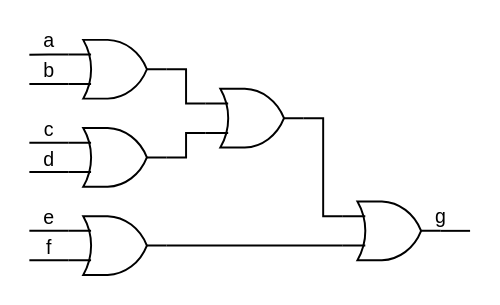
The draw.io diagram .pic/Introduction/How FPGA works/fig_09.drawio.svg in MPSU/APS, before a commit. Source tidied: cells renumbered, new cells last; positions are measured from the earlier drawing's top-left corner, leaving out a move shared by most shapes.
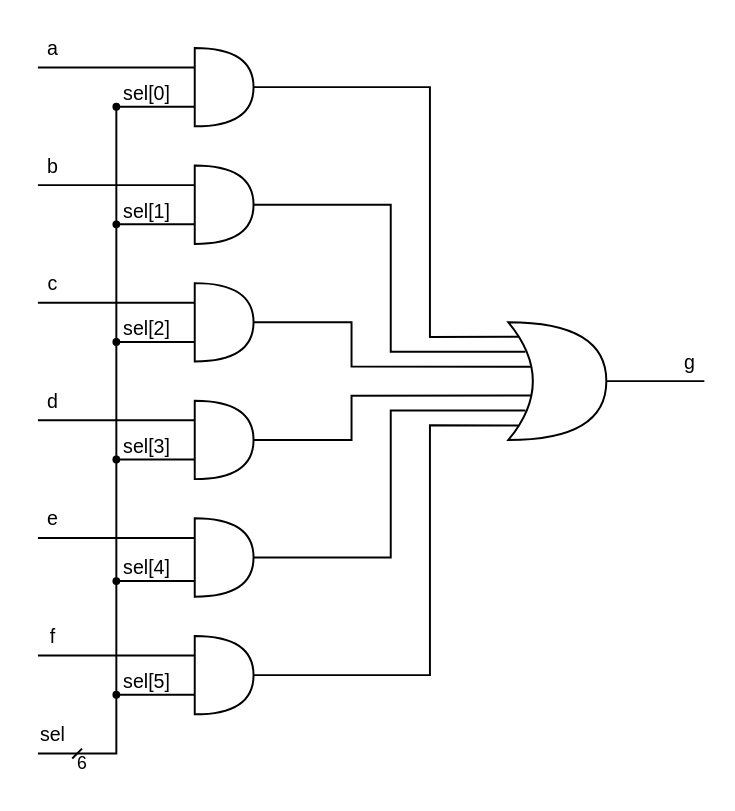
After the commit.

The edit, as a diff of the source:
```diff
@@ -2,68 +2,217 @@
   <root>
     <mxCell id="0" />
     <mxCell id="1" parent="0" />
-    <mxCell id="2" style="edgeStyle=orthogonalEdgeStyle;rounded=0;jettySize=auto;html=1;exitX=1;exitY=0.5;exitDx=0;exitDy=0;exitPerimeter=0;entryX=0;entryY=0.25;entryDx=0;entryDy=0;entryPerimeter=0;labelBackgroundColor=none;endArrow=none;endFill=0;strokeColor=#000000;strokeWidth=2;fontSize=20;fontColor=#000000;" parent="1" edge="1" source="5" target="15">
-      <mxGeometry relative="1" as="geometry" />
+    <mxCell id="2" style="shape=or;whiteSpace=wrap;html=1;fillColor=none;strokeColor=#000000;fontColor=#000000;strokeWidth=2;" parent="1" vertex="1">
+      <mxGeometry x="40" y="-360" width="60" height="80" as="geometry" />
     </mxCell>
-    <mxCell id="3" value="a" style="edgeStyle=orthogonalEdgeStyle;rounded=0;jettySize=auto;html=1;exitX=0;exitY=0.25;exitDx=0;exitDy=0;exitPerimeter=0;labelBackgroundColor=none;endArrow=none;endFill=0;strokeColor=#000000;fontColor=#000000;strokeWidth=2;fontSize=20;" parent="1" edge="1" source="5">
-      <mxGeometry x="-0.02" y="-15" relative="1" as="geometry">
-        <mxPoint y="15.3" as="targetPoint" />
-        <mxPoint x="15" y="-15" as="offset" />
-      </mxGeometry>
+    <mxCell id="3" style="shape=or;whiteSpace=wrap;html=1;fillColor=none;strokeColor=#000000;fontColor=#000000;strokeWidth=2;" parent="1" vertex="1">
+      <mxGeometry x="40" y="-240" width="60" height="80" as="geometry" />
     </mxCell>
-    <mxCell id="4" value="b" style="edgeStyle=orthogonalEdgeStyle;rounded=0;jettySize=auto;html=1;exitX=0;exitY=0.75;exitDx=0;exitDy=0;exitPerimeter=0;labelBackgroundColor=none;endArrow=none;endFill=0;strokeColor=#000000;fontColor=#000000;strokeWidth=2;fontSize=20;" parent="1" edge="1" source="5">
-      <mxGeometry y="-15" relative="1" as="geometry">
-        <mxPoint y="45" as="targetPoint" />
-      </mxGeometry>
+    <mxCell id="4" style="shape=or;whiteSpace=wrap;html=1;fillColor=none;strokeColor=#000000;fontColor=#000000;strokeWidth=2;" parent="1" vertex="1">
+      <mxGeometry x="40" y="-120" width="60" height="80" as="geometry" />
     </mxCell>
-    <mxCell id="5" style="verticalLabelPosition=bottom;shadow=0;dashed=0;align=center;html=1;verticalAlign=top;shape=mxgraph.electrical.logic_gates.logic_gate;operation=or;labelBackgroundColor=none;strokeColor=#000000;fillColor=none;strokeWidth=2;fontSize=20;fontColor=#000000;" parent="1" vertex="1">
-      <mxGeometry x="40" width="100" height="60" as="geometry" />
+    <mxCell id="5" style="shape=or;whiteSpace=wrap;html=1;fillColor=none;strokeColor=#000000;fontColor=#000000;strokeWidth=2;" parent="1" vertex="1">
+      <mxGeometry x="40" width="60" height="80" as="geometry" />
     </mxCell>
-    <mxCell id="6" style="edgeStyle=orthogonalEdgeStyle;rounded=0;jettySize=auto;html=1;exitX=1;exitY=0.5;exitDx=0;exitDy=0;exitPerimeter=0;entryX=0;entryY=0.75;entryDx=0;entryDy=0;entryPerimeter=0;labelBackgroundColor=none;endArrow=none;endFill=0;strokeColor=#000000;strokeWidth=2;fontSize=20;fontColor=#000000;" parent="1" edge="1" source="9" target="15">
-      <mxGeometry relative="1" as="geometry" />
+    <mxCell id="6" style="shape=or;whiteSpace=wrap;html=1;fillColor=none;strokeColor=#000000;fontColor=#000000;strokeWidth=2;" parent="1" vertex="1">
+      <mxGeometry x="40" y="120" width="60" height="80" as="geometry" />
     </mxCell>
-    <mxCell id="7" value="c" style="edgeStyle=orthogonalEdgeStyle;rounded=0;jettySize=auto;html=1;exitX=0;exitY=0.25;exitDx=0;exitDy=0;exitPerimeter=0;labelBackgroundColor=none;endArrow=none;endFill=0;strokeColor=#000000;fontColor=#000000;strokeWidth=2;fontSize=20;" parent="1" edge="1" source="9">
-      <mxGeometry y="-15" relative="1" as="geometry">
-        <mxPoint y="105" as="targetPoint" />
-      </mxGeometry>
+    <mxCell id="7" style="shape=or;whiteSpace=wrap;html=1;fillColor=none;strokeColor=#000000;fontColor=#000000;strokeWidth=2;" parent="1" vertex="1">
+      <mxGeometry x="40" y="240" width="60" height="80" as="geometry" />
     </mxCell>
-    <mxCell id="8" value="d" style="edgeStyle=orthogonalEdgeStyle;rounded=0;jettySize=auto;html=1;exitX=0;exitY=0.75;exitDx=0;exitDy=0;exitPerimeter=0;labelBackgroundColor=none;endArrow=none;endFill=0;strokeColor=#000000;fontColor=#000000;strokeWidth=2;fontSize=20;" parent="1" edge="1" source="9">
-      <mxGeometry y="-15" relative="1" as="geometry">
-        <mxPoint y="135" as="targetPoint" />
+    <mxCell id="8" style="endArrow=none;html=1;rounded=0;strokeColor=#000000;fontColor=#000000;strokeWidth=2;" parent="1" edge="1">
+      <mxGeometry relative="1" as="geometry">
+        <mxPoint x="-120" y="-340" as="sourcePoint" />
+        <mxPoint x="40" y="-340" as="targetPoint" />
       </mxGeometry>
     </mxCell>
-    <mxCell id="9" style="verticalLabelPosition=bottom;shadow=0;dashed=0;align=center;html=1;verticalAlign=top;shape=mxgraph.electrical.logic_gates.logic_gate;operation=or;labelBackgroundColor=none;strokeColor=#000000;fillColor=none;strokeWidth=2;fontSize=20;fontColor=#000000;" parent="1" vertex="1">
-      <mxGeometry x="40" y="90" width="100" height="60" as="geometry" />
+    <mxCell id="9" style="endArrow=none;html=1;rounded=0;strokeColor=#000000;fontColor=#000000;strokeWidth=2;" parent="1" edge="1">
+      <mxGeometry relative="1" as="geometry">
+        <mxPoint x="-120" y="-220" as="sourcePoint" />
+        <mxPoint x="40" y="-220" as="targetPoint" />
+      </mxGeometry>
     </mxCell>
-    <mxCell id="10" style="edgeStyle=orthogonalEdgeStyle;rounded=0;jettySize=auto;html=1;exitX=1;exitY=0.5;exitDx=0;exitDy=0;exitPerimeter=0;entryX=0;entryY=0.75;entryDx=0;entryDy=0;entryPerimeter=0;labelBackgroundColor=none;endArrow=none;endFill=0;strokeColor=#000000;strokeWidth=2;fontSize=20;fontColor=#000000;" parent="1" edge="1" source="13" target="17">
-      <mxGeometry relative="1" as="geometry" />
+    <mxCell id="10" style="endArrow=none;html=1;rounded=0;strokeColor=#000000;fontColor=#000000;strokeWidth=2;" parent="1" edge="1">
+      <mxGeometry relative="1" as="geometry">
+        <mxPoint x="-120" y="-100" as="sourcePoint" />
+        <mxPoint x="40" y="-100" as="targetPoint" />
+      </mxGeometry>
     </mxCell>
-    <mxCell id="11" value="e" style="edgeStyle=orthogonalEdgeStyle;rounded=0;jettySize=auto;html=1;exitX=0;exitY=0.25;exitDx=0;exitDy=0;exitPerimeter=0;labelBackgroundColor=none;endArrow=none;endFill=0;strokeColor=#000000;fontColor=#000000;strokeWidth=2;fontSize=20;" parent="1" edge="1" source="13">
-      <mxGeometry y="-15" relative="1" as="geometry">
-        <mxPoint y="195" as="targetPoint" />
+    <mxCell id="11" style="endArrow=none;html=1;rounded=0;strokeColor=#000000;fontColor=#000000;strokeWidth=2;" parent="1" edge="1">
+      <mxGeometry relative="1" as="geometry">
+        <mxPoint x="-120" y="20" as="sourcePoint" />
+        <mxPoint x="40" y="20" as="targetPoint" />
       </mxGeometry>
     </mxCell>
-    <mxCell id="12" value="f" style="edgeStyle=orthogonalEdgeStyle;rounded=0;jettySize=auto;html=1;exitX=0;exitY=0.75;exitDx=0;exitDy=0;exitPerimeter=0;labelBackgroundColor=none;endArrow=none;endFill=0;strokeColor=#000000;fontColor=#000000;strokeWidth=2;fontSize=20;" parent="1" edge="1" source="13">
-      <mxGeometry y="-15" relative="1" as="geometry">
-        <mxPoint y="225" as="targetPoint" />
+    <mxCell id="12" style="endArrow=none;html=1;rounded=0;strokeColor=#000000;fontColor=#000000;strokeWidth=2;" parent="1" edge="1">
+      <mxGeometry relative="1" as="geometry">
+        <mxPoint x="-120" y="140" as="sourcePoint" />
+        <mxPoint x="40" y="140" as="targetPoint" />
       </mxGeometry>
     </mxCell>
-    <mxCell id="13" style="verticalLabelPosition=bottom;shadow=0;dashed=0;align=center;html=1;verticalAlign=top;shape=mxgraph.electrical.logic_gates.logic_gate;operation=or;labelBackgroundColor=none;strokeColor=#000000;fillColor=none;strokeWidth=2;fontSize=20;fontColor=#000000;" parent="1" vertex="1">
-      <mxGeometry x="40" y="180" width="100" height="60" as="geometry" />
+    <mxCell id="13" style="endArrow=none;html=1;rounded=0;strokeColor=#000000;fontColor=#000000;strokeWidth=2;" parent="1" edge="1">
+      <mxGeometry relative="1" as="geometry">
+        <mxPoint x="-120" y="260" as="sourcePoint" />
+        <mxPoint x="40" y="260" as="targetPoint" />
+      </mxGeometry>
     </mxCell>
-    <mxCell id="14" style="edgeStyle=orthogonalEdgeStyle;rounded=0;jettySize=auto;html=1;exitX=1;exitY=0.5;exitDx=0;exitDy=0;exitPerimeter=0;entryX=0;entryY=0.25;entryDx=0;entryDy=0;entryPerimeter=0;labelBackgroundColor=none;endArrow=none;endFill=0;strokeColor=#000000;strokeWidth=2;fontSize=20;fontColor=#000000;" parent="1" edge="1" source="15" target="17">
-      <mxGeometry relative="1" as="geometry" />
+    <mxCell id="14" style="endArrow=none;html=1;rounded=0;startArrow=oval;startFill=1;strokeColor=#000000;fontColor=#000000;strokeWidth=2;" parent="1" edge="1">
+      <mxGeometry relative="1" as="geometry">
+        <mxPoint x="-40" y="300" as="sourcePoint" />
+        <mxPoint x="40" y="300" as="targetPoint" />
+      </mxGeometry>
     </mxCell>
-    <mxCell id="15" style="verticalLabelPosition=bottom;shadow=0;dashed=0;align=center;html=1;verticalAlign=top;shape=mxgraph.electrical.logic_gates.logic_gate;operation=or;labelBackgroundColor=none;fillColor=none;strokeColor=#000000;strokeWidth=2;fontSize=20;fontColor=#000000;" parent="1" vertex="1">
-      <mxGeometry x="180" y="50" width="100" height="60" as="geometry" />
+    <mxCell id="15" style="endArrow=none;html=1;rounded=0;strokeColor=#000000;fontColor=#000000;strokeWidth=2;" parent="1" edge="1">
+      <mxGeometry relative="1" as="geometry">
+        <mxPoint x="-40" y="300" as="sourcePoint" />
+        <mxPoint x="-40" y="-300" as="targetPoint" />
+      </mxGeometry>
     </mxCell>
-    <mxCell id="16" value="g" style="edgeStyle=orthogonalEdgeStyle;rounded=0;jettySize=auto;html=1;exitX=1;exitY=0.5;exitDx=0;exitDy=0;exitPerimeter=0;labelBackgroundColor=none;endArrow=none;endFill=0;strokeColor=#000000;fontColor=#000000;strokeWidth=2;fontSize=20;" parent="1" edge="1" source="17">
-      <mxGeometry x="-1" y="15" relative="1" as="geometry">
-        <mxPoint x="450" y="195" as="targetPoint" />
+    <mxCell id="16" style="endArrow=none;html=1;rounded=0;strokeColor=#000000;fontColor=#000000;strokeWidth=2;" parent="1" edge="1">
+      <mxGeometry relative="1" as="geometry">
+        <mxPoint x="-120" y="360" as="sourcePoint" />
+        <mxPoint x="-40" y="300" as="targetPoint" />
+        <Array as="points">
+          <mxPoint x="-40" y="360" />
+        </Array>
       </mxGeometry>
     </mxCell>
-    <mxCell id="17" style="verticalLabelPosition=bottom;shadow=0;dashed=0;align=center;html=1;verticalAlign=top;shape=mxgraph.electrical.logic_gates.logic_gate;operation=or;labelBackgroundColor=none;fillColor=none;strokeColor=#000000;strokeWidth=2;fontSize=20;fontColor=#000000;" parent="1" vertex="1">
-      <mxGeometry x="320" y="165" width="100" height="60" as="geometry" />
+    <mxCell id="17" style="endArrow=none;html=1;rounded=0;startArrow=oval;startFill=1;strokeColor=#000000;fontColor=#000000;strokeWidth=2;" parent="1" edge="1">
+      <mxGeometry relative="1" as="geometry">
+        <mxPoint x="-40" y="184" as="sourcePoint" />
+        <mxPoint x="40" y="184" as="targetPoint" />
+      </mxGeometry>
     </mxCell>
+    <mxCell id="18" style="endArrow=none;html=1;rounded=0;startArrow=oval;startFill=1;strokeColor=#000000;fontColor=#000000;strokeWidth=2;" parent="1" edge="1">
+      <mxGeometry relative="1" as="geometry">
+        <mxPoint x="-40" y="60" as="sourcePoint" />
+        <mxPoint x="40" y="60" as="targetPoint" />
+      </mxGeometry>
+    </mxCell>
+    <mxCell id="19" style="endArrow=none;html=1;rounded=0;startArrow=oval;startFill=1;strokeColor=#000000;fontColor=#000000;strokeWidth=2;" parent="1" edge="1">
+      <mxGeometry relative="1" as="geometry">
+        <mxPoint x="-40" y="-60" as="sourcePoint" />
+        <mxPoint x="40" y="-60" as="targetPoint" />
+      </mxGeometry>
+    </mxCell>
+    <mxCell id="20" style="endArrow=none;html=1;rounded=0;startArrow=oval;startFill=1;strokeColor=#000000;fontColor=#000000;strokeWidth=2;" parent="1" edge="1">
+      <mxGeometry relative="1" as="geometry">
+        <mxPoint x="-40" y="-180" as="sourcePoint" />
+        <mxPoint x="40" y="-180" as="targetPoint" />
+      </mxGeometry>
+    </mxCell>
+    <mxCell id="21" style="endArrow=none;html=1;rounded=0;startArrow=oval;startFill=1;strokeColor=#000000;fontColor=#000000;strokeWidth=2;" parent="1" edge="1">
+      <mxGeometry relative="1" as="geometry">
+        <mxPoint x="-40" y="-300" as="sourcePoint" />
+        <mxPoint x="40" y="-300" as="targetPoint" />
+      </mxGeometry>
+    </mxCell>
+    <mxCell id="22" style="shape=xor;whiteSpace=wrap;html=1;fillColor=none;strokeColor=#000000;fontColor=#000000;strokeWidth=2;" parent="1" vertex="1">
+      <mxGeometry x="360" y="-80" width="100" height="120" as="geometry" />
+    </mxCell>
+    <mxCell id="23" style="endArrow=none;html=1;rounded=0;exitX=1;exitY=0.5;exitDx=0;exitDy=0;exitPerimeter=0;entryX=0.108;entryY=0.123;entryDx=0;entryDy=0;entryPerimeter=0;strokeColor=#000000;fontColor=#000000;strokeWidth=2;" parent="1" edge="1" source="2" target="22">
+      <mxGeometry relative="1" as="geometry">
+        <Array as="points">
+          <mxPoint x="280" y="-320" />
+          <mxPoint x="280" y="-65" />
+        </Array>
+      </mxGeometry>
+    </mxCell>
+    <mxCell id="24" style="endArrow=none;html=1;rounded=0;exitX=1;exitY=0.5;exitDx=0;exitDy=0;exitPerimeter=0;entryX=0.175;entryY=0.25;entryDx=0;entryDy=0;entryPerimeter=0;strokeColor=#000000;fontColor=#000000;strokeWidth=2;" parent="1" edge="1" source="3" target="22">
+      <mxGeometry relative="1" as="geometry">
+        <Array as="points">
+          <mxPoint x="240" y="-200" />
+          <mxPoint x="240" y="-50" />
+        </Array>
+      </mxGeometry>
+    </mxCell>
+    <mxCell id="25" style="endArrow=none;html=1;rounded=0;exitX=1;exitY=0.5;exitDx=0;exitDy=0;exitPerimeter=0;entryX=0.232;entryY=0.377;entryDx=0;entryDy=0;entryPerimeter=0;strokeColor=#000000;fontColor=#000000;strokeWidth=2;" parent="1" edge="1" source="4" target="22">
+      <mxGeometry relative="1" as="geometry">
+        <Array as="points">
+          <mxPoint x="200" y="-80" />
+          <mxPoint x="200" y="-35" />
+        </Array>
+      </mxGeometry>
+    </mxCell>
+    <mxCell id="26" style="endArrow=none;html=1;rounded=0;exitX=1;exitY=0.5;exitDx=0;exitDy=0;exitPerimeter=0;entryX=0.232;entryY=0.622;entryDx=0;entryDy=0;entryPerimeter=0;strokeColor=#000000;fontColor=#000000;strokeWidth=2;" parent="1" edge="1" source="5" target="22">
+      <mxGeometry relative="1" as="geometry">
+        <Array as="points">
+          <mxPoint x="200" y="40" />
+          <mxPoint x="200" y="-5" />
+        </Array>
+      </mxGeometry>
+    </mxCell>
+    <mxCell id="27" style="endArrow=none;html=1;rounded=0;exitX=1;exitY=0.5;exitDx=0;exitDy=0;exitPerimeter=0;entryX=0.175;entryY=0.75;entryDx=0;entryDy=0;entryPerimeter=0;strokeColor=#000000;fontColor=#000000;strokeWidth=2;" parent="1" edge="1" source="6" target="22">
+      <mxGeometry relative="1" as="geometry">
+        <Array as="points">
+          <mxPoint x="240" y="160" />
+          <mxPoint x="240" y="10" />
+        </Array>
+      </mxGeometry>
+    </mxCell>
+    <mxCell id="28" style="endArrow=none;html=1;rounded=0;exitX=1;exitY=0.5;exitDx=0;exitDy=0;exitPerimeter=0;entryX=0.103;entryY=0.877;entryDx=0;entryDy=0;entryPerimeter=0;strokeColor=#000000;fontColor=#000000;strokeWidth=2;" parent="1" edge="1" source="7" target="22">
+      <mxGeometry relative="1" as="geometry">
+        <Array as="points">
+          <mxPoint x="280" y="280" />
+          <mxPoint x="280" y="25" />
+        </Array>
+      </mxGeometry>
+    </mxCell>
+    <mxCell id="29" style="endArrow=none;html=1;rounded=0;exitX=1;exitY=0.5;exitDx=0;exitDy=0;exitPerimeter=0;strokeColor=#000000;fontColor=#000000;strokeWidth=2;" parent="1" edge="1" source="22">
+      <mxGeometry relative="1" as="geometry">
+        <mxPoint x="560" y="-20" as="targetPoint" />
+      </mxGeometry>
+    </mxCell>
+    <mxCell id="30" value="a" style="text;html=1;align=center;verticalAlign=middle;strokeColor=none;fillColor=none;fontSize=20;fontColor=#000000;strokeWidth=2;" parent="1" vertex="1">
+      <mxGeometry x="-120" y="-380" width="30" height="40" as="geometry" />
+    </mxCell>
+    <mxCell id="31" value="b" style="text;html=1;align=center;verticalAlign=middle;strokeColor=none;fillColor=none;fontSize=20;fontColor=#000000;strokeWidth=2;" parent="1" vertex="1">
+      <mxGeometry x="-120" y="-260" width="30" height="40" as="geometry" />
+    </mxCell>
+    <mxCell id="32" value="c" style="text;html=1;align=center;verticalAlign=middle;strokeColor=none;fillColor=none;fontSize=20;fontColor=#000000;strokeWidth=2;" parent="1" vertex="1">
+      <mxGeometry x="-120" y="-140" width="30" height="40" as="geometry" />
+    </mxCell>
+    <mxCell id="33" value="d" style="text;html=1;align=center;verticalAlign=middle;strokeColor=none;fillColor=none;fontSize=20;fontColor=#000000;strokeWidth=2;" parent="1" vertex="1">
+      <mxGeometry x="-120" y="-20" width="30" height="40" as="geometry" />
+    </mxCell>
+    <mxCell id="34" value="e" style="text;html=1;align=center;verticalAlign=middle;strokeColor=none;fillColor=none;fontSize=20;fontColor=#000000;strokeWidth=2;" parent="1" vertex="1">
+      <mxGeometry x="-120" y="100" width="30" height="40" as="geometry" />
+    </mxCell>
+    <mxCell id="35" value="f" style="text;html=1;align=center;verticalAlign=middle;strokeColor=none;fillColor=none;fontSize=20;fontColor=#000000;strokeWidth=2;" parent="1" vertex="1">
+      <mxGeometry x="-120" y="220" width="30" height="40" as="geometry" />
+    </mxCell>
+    <mxCell id="36" value="sel" style="text;html=1;align=center;verticalAlign=middle;strokeColor=none;fillColor=none;fontSize=20;fontColor=#000000;strokeWidth=2;" parent="1" vertex="1">
+      <mxGeometry x="-130" y="320" width="50" height="40" as="geometry" />
+    </mxCell>
+    <mxCell id="37" style="endArrow=none;html=1;rounded=0;fontSize=20;strokeColor=#000000;fontColor=#000000;strokeWidth=2;" parent="1" edge="1">
+      <mxGeometry relative="1" as="geometry">
+        <mxPoint x="-85" y="365" as="sourcePoint" />
+        <mxPoint x="-75" y="355" as="targetPoint" />
+      </mxGeometry>
+    </mxCell>
+    <mxCell id="38" value="6" style="text;html=1;align=center;verticalAlign=middle;strokeColor=none;fillColor=none;fontSize=18;fontColor=#000000;strokeWidth=2;" parent="1" vertex="1">
+      <mxGeometry x="-90" y="350" width="30" height="40" as="geometry" />
+    </mxCell>
+    <mxCell id="39" value="sel[5]" style="text;html=1;align=center;verticalAlign=middle;strokeColor=none;fillColor=none;fontSize=20;fontColor=#000000;strokeWidth=2;" parent="1" vertex="1">
+      <mxGeometry x="-44" y="266" width="70" height="40" as="geometry" />
+    </mxCell>
+    <mxCell id="40" value="sel[4]" style="text;html=1;align=center;verticalAlign=middle;strokeColor=none;fillColor=none;fontSize=20;fontColor=#000000;strokeWidth=2;" parent="1" vertex="1">
+      <mxGeometry x="-44" y="150" width="70" height="40" as="geometry" />
+    </mxCell>
+    <mxCell id="41" value="sel[3]" style="text;html=1;align=center;verticalAlign=middle;strokeColor=none;fillColor=none;fontSize=20;fontColor=#000000;strokeWidth=2;" parent="1" vertex="1">
+      <mxGeometry x="-44" y="26" width="70" height="40" as="geometry" />
+    </mxCell>
+    <mxCell id="42" value="sel[2]" style="text;html=1;align=center;verticalAlign=middle;strokeColor=none;fillColor=none;fontSize=20;fontColor=#000000;strokeWidth=2;" parent="1" vertex="1">
+      <mxGeometry x="-44" y="-94" width="70" height="40" as="geometry" />
+    </mxCell>
+    <mxCell id="43" value="sel[1]" style="text;html=1;align=center;verticalAlign=middle;strokeColor=none;fillColor=none;fontSize=20;fontColor=#000000;strokeWidth=2;" parent="1" vertex="1">
+      <mxGeometry x="-44" y="-214" width="70" height="40" as="geometry" />
+    </mxCell>
+    <mxCell id="44" value="sel[0]" style="text;html=1;align=center;verticalAlign=middle;strokeColor=none;fillColor=none;fontSize=20;fontColor=#000000;strokeWidth=2;" parent="1" vertex="1">
+      <mxGeometry x="-44" y="-334" width="70" height="40" as="geometry" />
+    </mxCell>
+    <mxCell id="45" value="g" style="text;html=1;align=center;verticalAlign=middle;strokeColor=none;fillColor=none;fontSize=20;fontColor=#000000;strokeWidth=2;" parent="1" vertex="1">
+      <mxGeometry x="530" y="-60" width="30" height="40" as="geometry" />
+    </mxCell>
   </root>
 </mxGraphModel>
```
